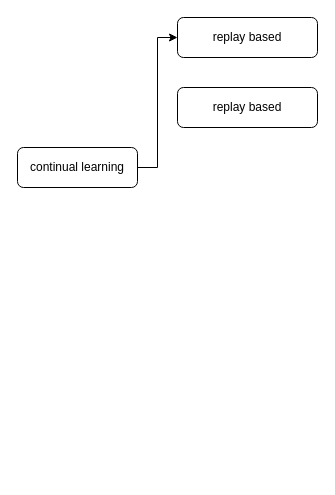
Before: page "Page-1" (1 of 2) of continual learning/Untitled Diagram.drawio in Newsteinwell/Drawio, a draw.io diagram. Source tidied: cells renumbered, new cells numbered last; positions are measured from the earlier drawing's top-left corner, leaving out a move shared by most shapes. Both pictures are drawn from the tidied source at 100%, with x=0, y=0 at pixel (17, 17).
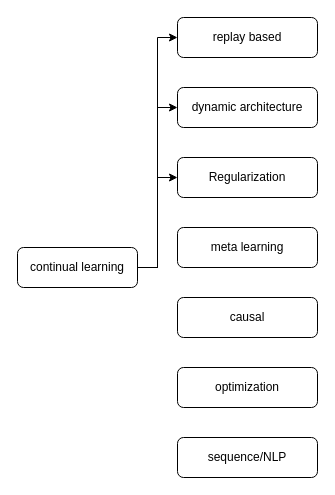
The same page after the edit.

The edit, as a diff of the source:
```diff
@@
 <mxGraphModel>
   <root>
     <mxCell id="0" />
     <mxCell id="1" parent="0" />
     <mxCell id="2" style="edgeStyle=orthogonalEdgeStyle;rounded=0;jettySize=auto;html=1;entryX=0;entryY=0.5;entryDx=0;entryDy=0;" parent="1" edge="1" source="3" target="4">
       <mxGeometry relative="1" as="geometry" />
     </mxCell>
+    <mxCell id="6" style="edgeStyle=orthogonalEdgeStyle;rounded=0;jettySize=auto;html=1;entryX=0;entryY=0.5;entryDx=0;entryDy=0;" parent="1" edge="1" source="3" target="5">
+      <mxGeometry relative="1" as="geometry" />
+    </mxCell>
+    <mxCell id="7" style="edgeStyle=orthogonalEdgeStyle;rounded=0;jettySize=auto;html=1;entryX=0;entryY=0.5;entryDx=0;entryDy=0;" parent="1" edge="1" source="3" target="8">
+      <mxGeometry relative="1" as="geometry" />
+    </mxCell>
     <mxCell id="3" value="continual learning" style="rounded=1;whiteSpace=wrap;html=1;" parent="1" vertex="1">
-      <mxGeometry y="130" width="120" height="40" as="geometry" />
+      <mxGeometry y="230" width="120" height="40" as="geometry" />
     </mxCell>
     <mxCell id="4" value="replay based" style="rounded=1;whiteSpace=wrap;html=1;" parent="1" vertex="1">
       <mxGeometry x="160" width="140" height="40" as="geometry" />
     </mxCell>
-    <mxCell id="5" value="replay based" style="rounded=1;whiteSpace=wrap;html=1;" parent="1" vertex="1">
+    <mxCell id="5" value="dynamic architecture" style="rounded=1;whiteSpace=wrap;html=1;" parent="1" vertex="1">
       <mxGeometry x="160" y="70" width="140" height="40" as="geometry" />
     </mxCell>
+    <mxCell id="8" value="Regularization" style="rounded=1;whiteSpace=wrap;html=1;" parent="1" vertex="1">
+      <mxGeometry x="160" y="140" width="140" height="40" as="geometry" />
+    </mxCell>
+    <mxCell id="9" value="meta learning" style="rounded=1;whiteSpace=wrap;html=1;" parent="1" vertex="1">
+      <mxGeometry x="160" y="210" width="140" height="40" as="geometry" />
+    </mxCell>
+    <mxCell id="10" value="causal" style="rounded=1;whiteSpace=wrap;html=1;" parent="1" vertex="1">
+      <mxGeometry x="160" y="280" width="140" height="40" as="geometry" />
+    </mxCell>
+    <mxCell id="11" value="optimization" style="rounded=1;whiteSpace=wrap;html=1;" parent="1" vertex="1">
+      <mxGeometry x="160" y="350" width="140" height="40" as="geometry" />
+    </mxCell>
+    <mxCell id="12" value="sequence/NLP" style="rounded=1;whiteSpace=wrap;html=1;" parent="1" vertex="1">
+      <mxGeometry x="160" y="420" width="140" height="40" as="geometry" />
+    </mxCell>
   </root>
 </mxGraphModel>
```
